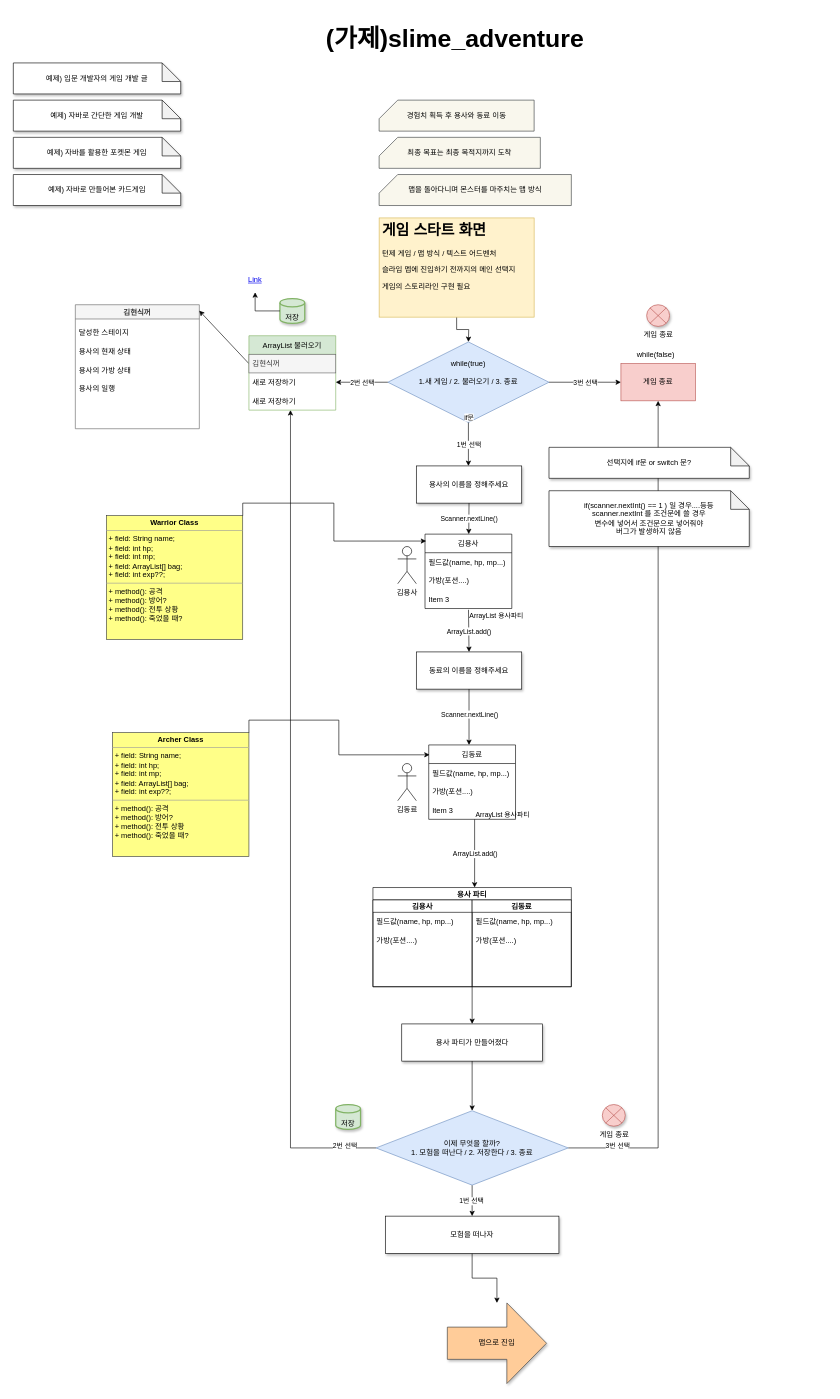
Above: page "game_start" (1 of 4) of Untitled Diagram.drawio in slime-and-Hero/slime_adventure (draw.io), before the change. Source tidied: cells renumbered, new cells numbered last; positions are measured from the earlier drawing's top-left corner, leaving out a move shared by most shapes. Both pictures are drawn from the tidied source at 62%, with x=0, y=0 at pixel (13, 13).
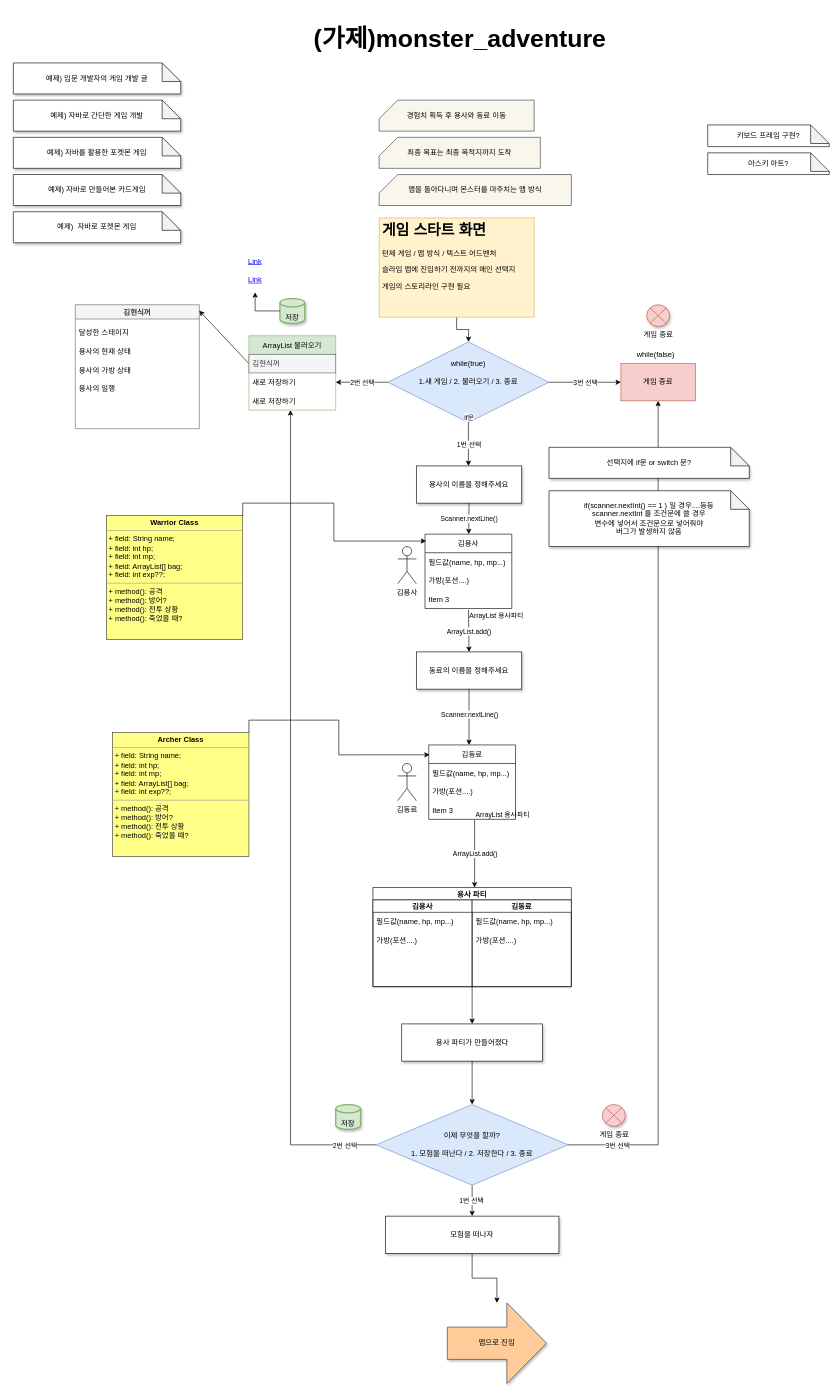
The same page after the edit.

The edit, as a diff of the source:
```diff
@@
-    <mxCell id="46" value="이제 무엇을 할까?&lt;br&gt;1. 모험을 떠난다 / 2. 저장한다 / 3. 종료" style="rhombus;whiteSpace=wrap;html=1;shadow=0;fillColor=#dae8fc;strokeColor=#6c8ebf;" parent="1" vertex="1">
-      <mxGeometry x="585" y="1770" width="310" height="120" as="geometry" />
+    <mxCell id="46" value="이제 무엇을 할까?&lt;br&gt;&lt;br&gt;1. 모험을 떠난다 / 2. 저장한다 / 3. 종료" style="rhombus;whiteSpace=wrap;html=1;shadow=0;fillColor=#dae8fc;strokeColor=#6c8ebf;" parent="1" vertex="1">
+      <mxGeometry x="585" y="1760" width="310" height="130" as="geometry" />
     </mxCell>
@@
-    <mxCell id="82" value="&lt;font style=&quot;font-size: 40px;&quot;&gt;(가제)slime_adventure&lt;/font&gt;" style="text;strokeColor=none;fillColor=none;html=1;fontSize=24;fontStyle=1;verticalAlign=middle;align=center;shadow=1;" parent="1" vertex="1">
-      <mxGeometry x="494.5" width="435" height="80" as="geometry" />
+    <mxCell id="82" value="&lt;font style=&quot;font-size: 40px;&quot;&gt;(가제)monster_adventure&lt;/font&gt;" style="text;strokeColor=none;fillColor=none;html=1;fontSize=24;fontStyle=1;verticalAlign=middle;align=center;shadow=1;" parent="1" vertex="1">
+      <mxGeometry x="460" width="520" height="80" as="geometry" />
     </mxCell>
@@
+    <mxCell id="91" value="Link" style="text;html=1;strokeColor=none;fillColor=none;whiteSpace=wrap;align=center;verticalAlign=middle;fontColor=#0000EE;fontStyle=4;" parent="1" vertex="1">
+      <mxGeometry x="360" y="380" width="60" height="40" as="geometry" />
+    </mxCell>
+    <mxCell id="92" value="키보드 프레임 구현?" style="shape=note;whiteSpace=wrap;html=1;backgroundOutline=1;darkOpacity=0.05;" parent="1" vertex="1">
+      <mxGeometry x="1120" y="180" width="196" height="35" as="geometry" />
+    </mxCell>
+    <mxCell id="93" value="예제)&amp;nbsp; 자바로 포켓몬 게임" style="shape=note;whiteSpace=wrap;html=1;backgroundOutline=1;darkOpacity=0.05;shadow=1;strokeColor=default;fillColor=default;" parent="1" vertex="1">
+      <mxGeometry y="320" width="270" height="50" as="geometry" />
+    </mxCell>
+    <mxCell id="94" value="아스키 아트?" style="shape=note;whiteSpace=wrap;html=1;backgroundOutline=1;darkOpacity=0.05;" parent="1" vertex="1">
+      <mxGeometry x="1120" y="225" width="196" height="35" as="geometry" />
+    </mxCell>
```
